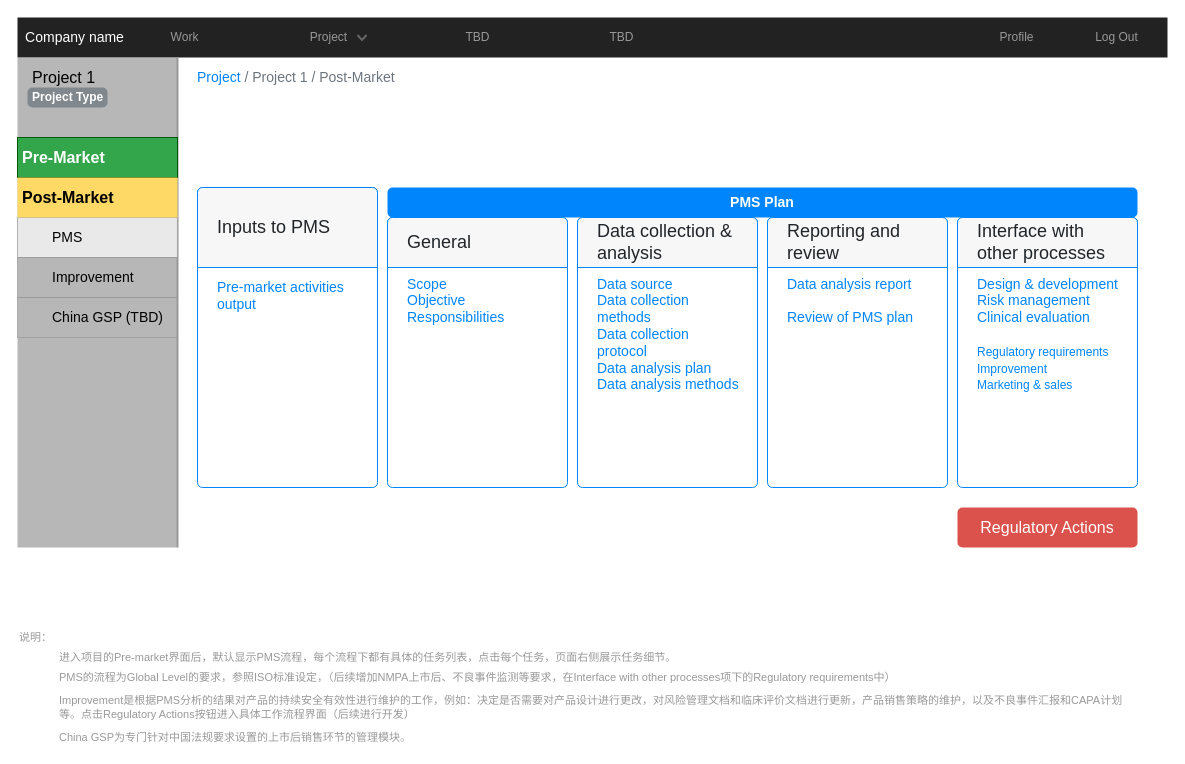
Earlier version of the draw.io diagram page "Post-market" (7 of 8) of Full lifecycle.drawio (RASAAS/NMPAWORKFLOW). Source tidied: cells renumbered, new cells numbered last; positions are measured from the earlier drawing's top-left corner, leaving out a move shared by most shapes. Both pictures are drawn from the tidied source at 100%, with x=0, y=0 at pixel (17, 17).
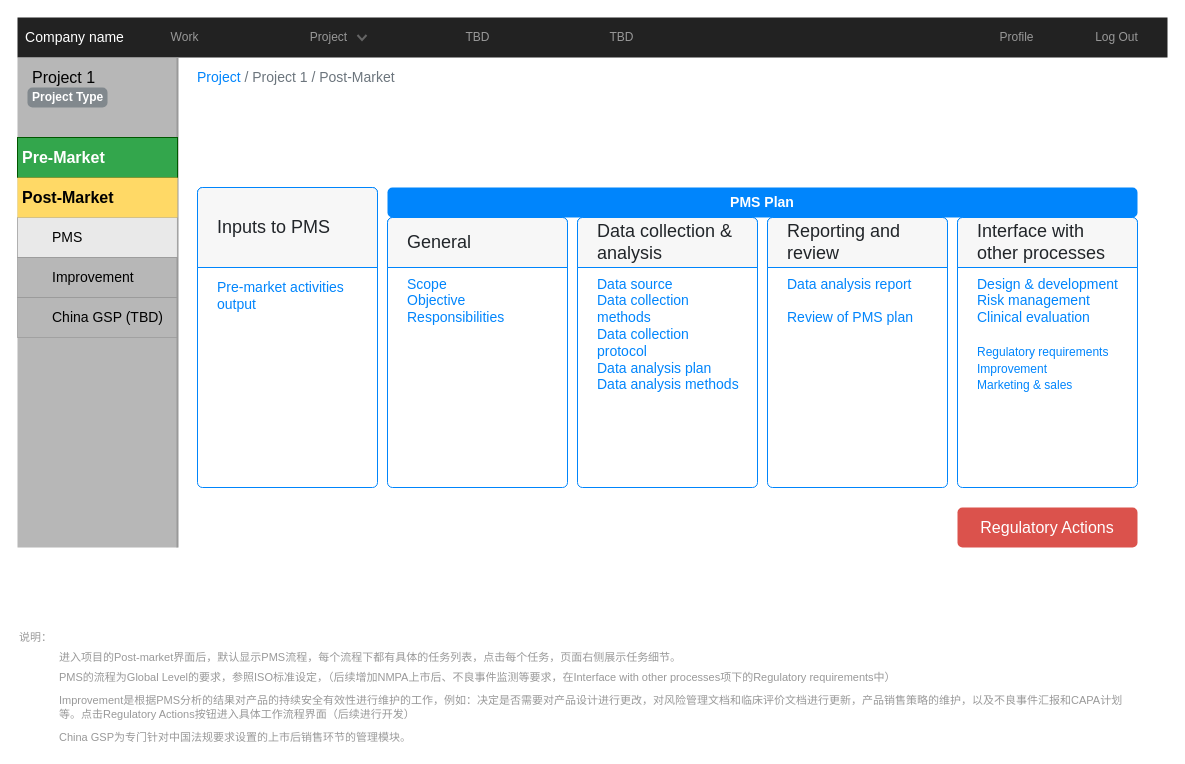
The same page after the edit.

Change to the diagram source:
```diff
@@
-    <mxCell id="30" value="进入项目的Pre-market界面后，默认显示PMS流程，每个流程下都有具体的任务列表，点击每个任务，页面右侧展示任务细节。" style="text;html=1;strokeColor=none;fillColor=none;align=left;verticalAlign=middle;whiteSpace=wrap;rounded=0;fontSize=11;fontColor=#999999;opacity=70;" parent="1" vertex="1">
+    <mxCell id="30" value="进入项目的Post-market界面后，默认显示PMS流程，每个流程下都有具体的任务列表，点击每个任务，页面右侧展示任务细节。" style="text;html=1;strokeColor=none;fillColor=none;align=left;verticalAlign=middle;whiteSpace=wrap;rounded=0;fontSize=11;fontColor=#999999;opacity=70;" parent="1" vertex="1">
       <mxGeometry x="40" y="630" width="1080" height="20" as="geometry" />
     </mxCell>
```
